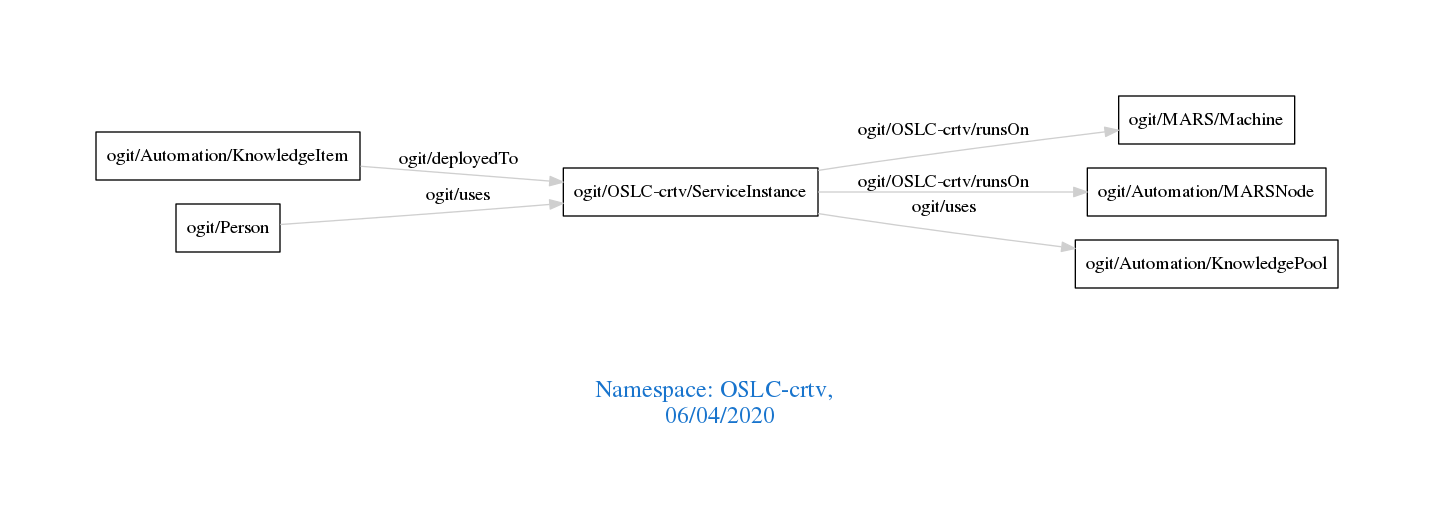
This is downloads/OSLC-crtv.png from arago/OGIT, a Graphviz export, as it was before one commit. Its source is kept beside it as downloads/OSLC-crtv.dot.
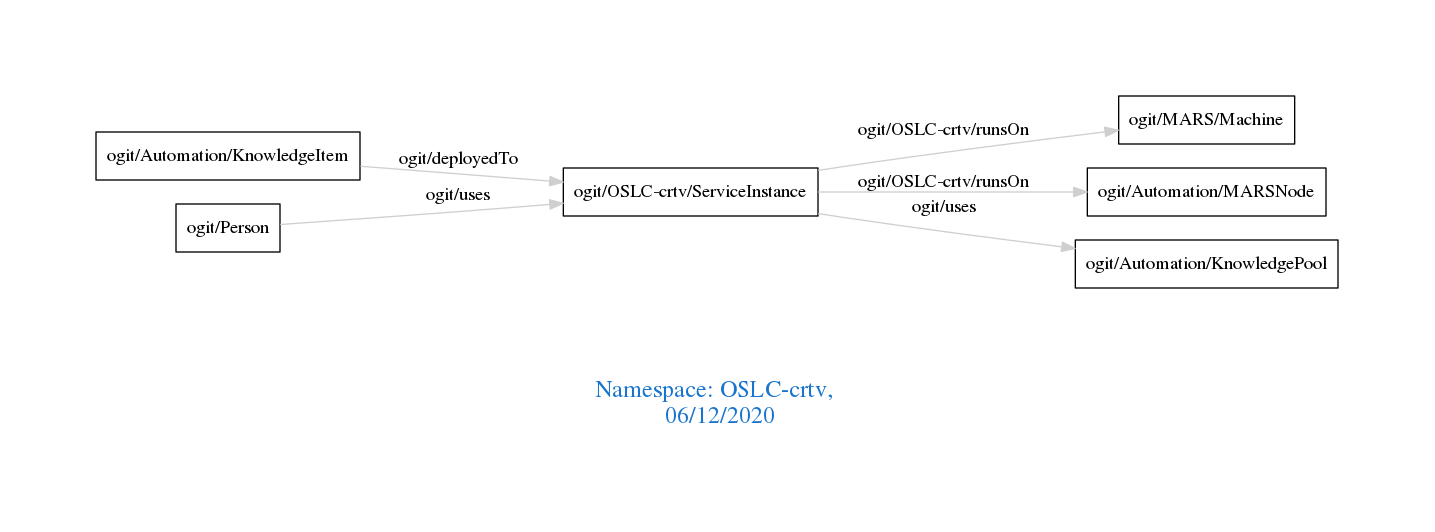
The same file after the commit.

Change to the diagram source:
```diff
@@ -1,7 +1,7 @@
 digraph OGIT_ontology {
  graph [ rankdir= LR,pad=1
 fontsize = 18,
-fontcolor= dodgerblue3,label = "\n\n\nNamespace: OSLC-crtv, \n 06/04/2020"];
+fontcolor= dodgerblue3,label = "\n\n\nNamespace: OSLC-crtv, \n 06/12/2020"];
 node[shape=polygon];
 edge [  color="gray81"];
 
```
